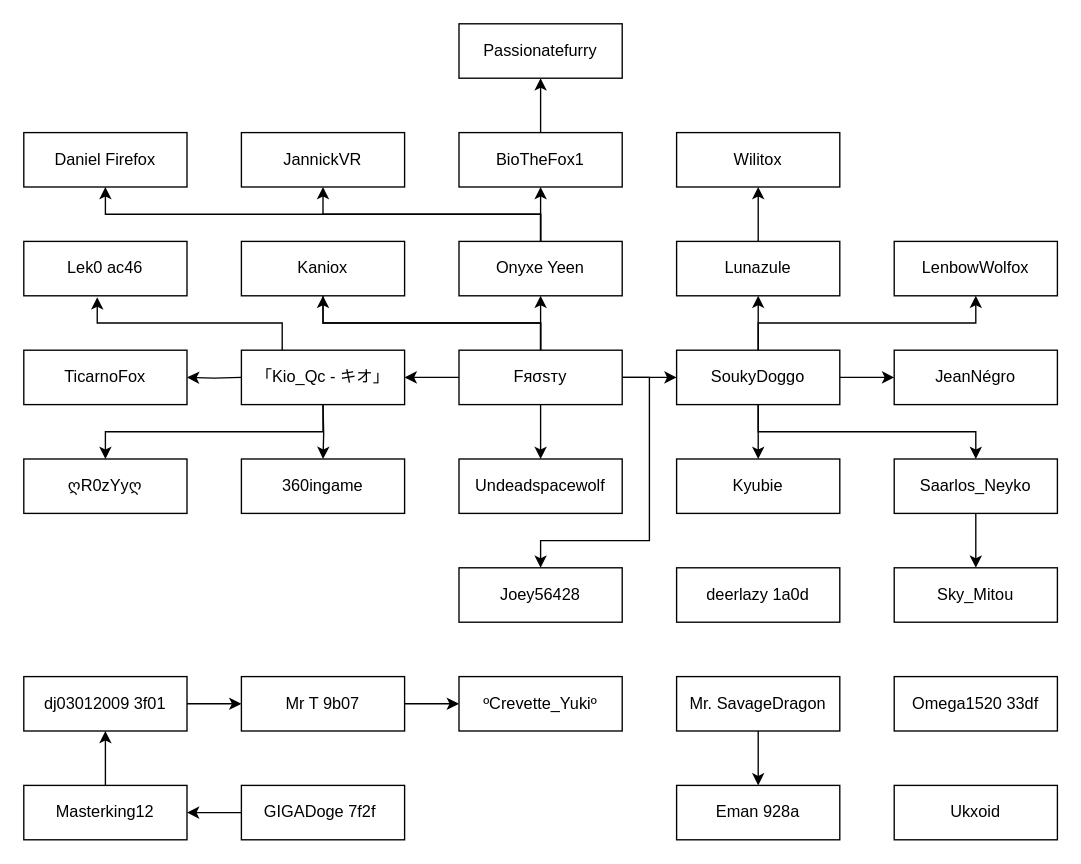
Above: vrchat friends.drawio in NicoTheDoggy/myvrcfriends (draw.io), before the change. Source tidied: cells renumbered, new cells numbered last; positions are measured from the earlier drawing's top-left corner, leaving out a move shared by most shapes. Both pictures are drawn from the tidied source at 136%, with x=0, y=0 at pixel (23, 23).
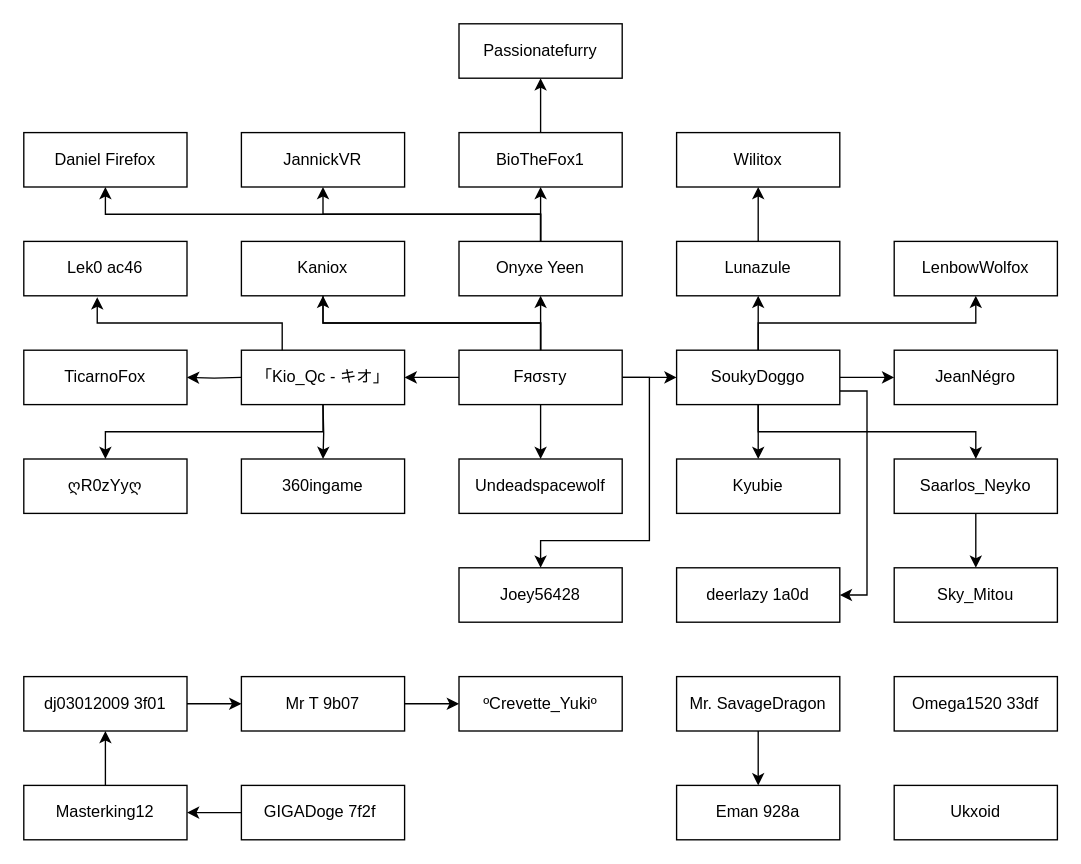
Above is the later version.

The change refers to these unchanged cells:
```xml
<mxCell id="16" value="SoukyDoggo" style="rounded=0;whiteSpace=wrap;html=1;" parent="1" vertex="1">
  <mxGeometry x="480" y="240" width="120" height="40" as="geometry" />
</mxCell>
<mxCell id="57" value="deerlazy 1a0d" style="rounded=0;whiteSpace=wrap;html=1;" parent="1" vertex="1">
  <mxGeometry x="480" y="400" width="120" height="40" as="geometry" />
</mxCell>
```

The edit, as a diff of the source:
```diff
@@
+    <mxCell id="61" style="edgeStyle=orthogonalEdgeStyle;rounded=0;jettySize=auto;html=1;exitX=1;exitY=0.75;exitDx=0;exitDy=0;entryX=1;entryY=0.5;entryDx=0;entryDy=0;" parent="1" edge="1" source="16" target="57">
+      <mxGeometry relative="1" as="geometry">
+        <Array as="points">
+          <mxPoint x="620" y="270" />
+          <mxPoint x="620" y="420" />
+        </Array>
+      </mxGeometry>
+    </mxCell>
```
